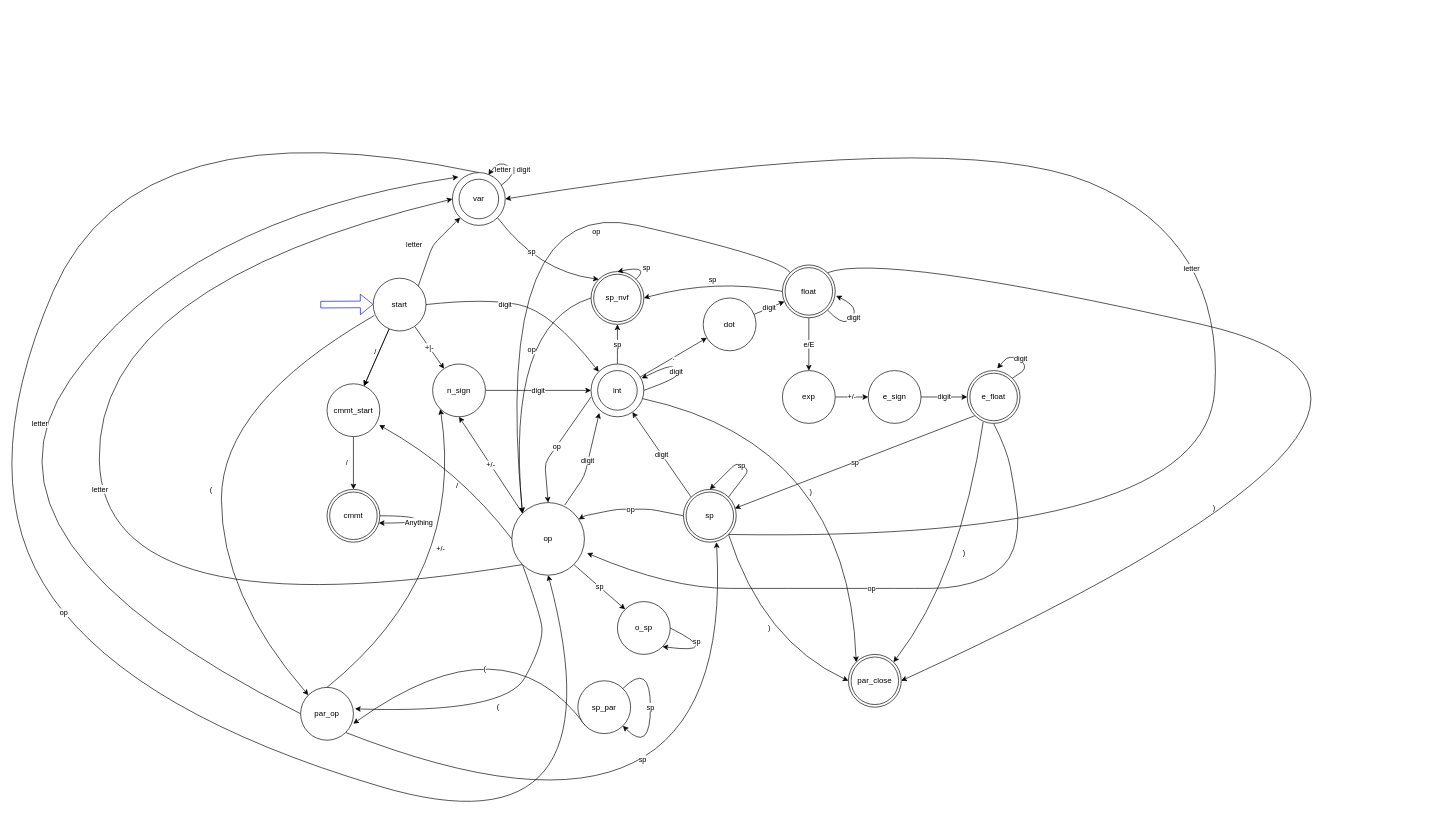
The draw.io diagram actividad_dfa/ejercicio.drawio in Chava27/TC2037_Implementacion_Metodos_Computacionales, before the edit. Source tidied: cells renumbered, new cells numbered last; positions are measured from the earlier drawing's top-left corner, leaving out a move shared by most shapes. Both pictures are drawn from the tidied source at 66%, with x=0, y=0 at pixel (-43, 100).
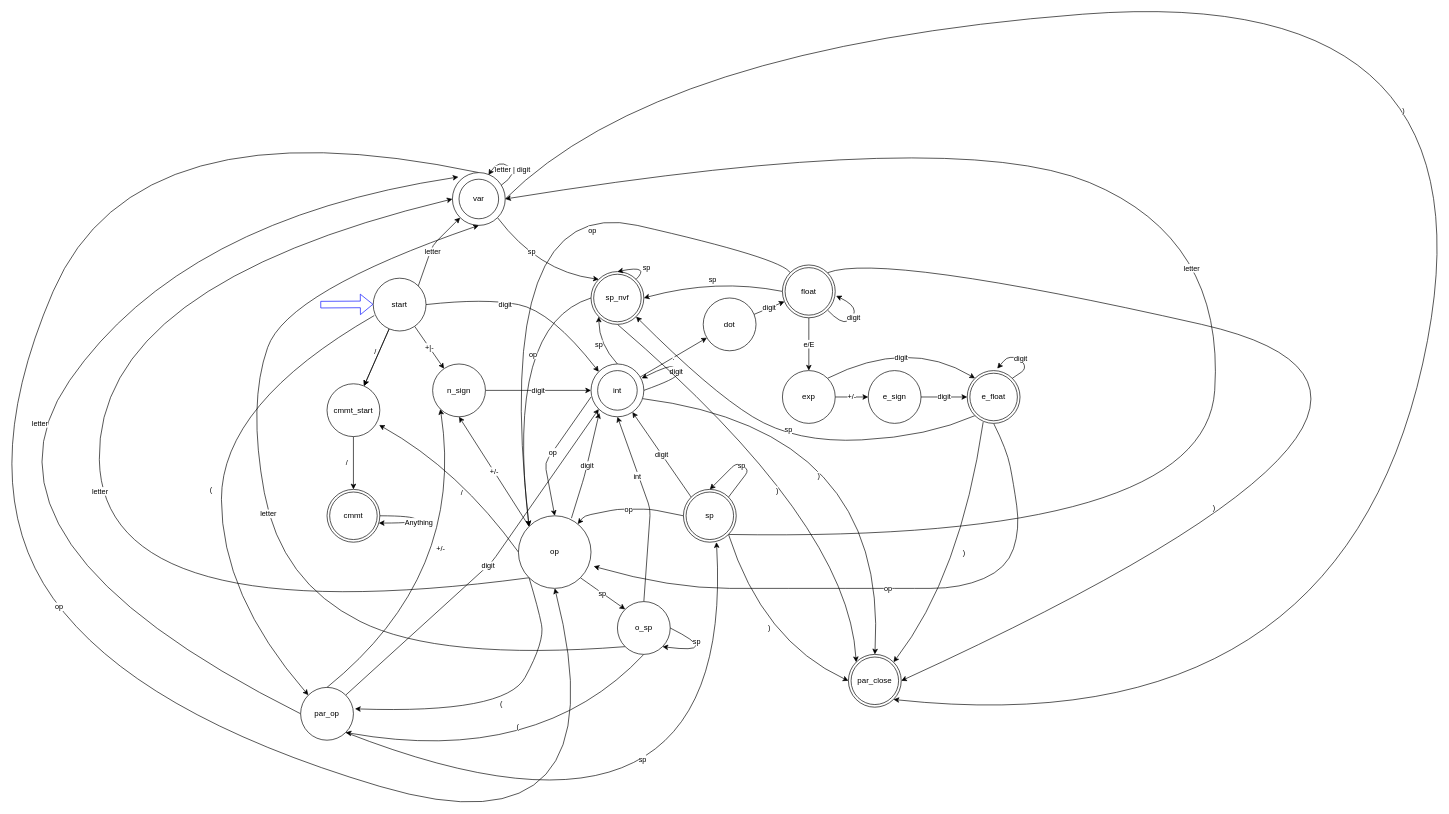
After the change.

Commit message (it also covers changes not shown here):
Co-authored-by: Luisjakg <Luisjakg@users.noreply.github.com>

The change refers to these unchanged cells:
```xml
<mxCell id="6" value="start" style="ellipse;whiteSpace=wrap;html=1;" parent="1" vertex="1">
  <mxGeometry x="630" y="270" width="80" height="80" as="geometry" />
</mxCell>
<mxCell id="9" style="ellipse;whiteSpace=wrap;html=1;" parent="1" vertex="1">
  <mxGeometry x="750" y="110" width="80" height="80" as="geometry" />
</mxCell>
<mxCell id="15" style="ellipse;whiteSpace=wrap;html=1;" parent="1" vertex="1">
  <mxGeometry x="960" y="400" width="80" height="80" as="geometry" />
</mxCell>
<mxCell id="43" value="sp" style="ellipse;shape=doubleEllipse;whiteSpace=wrap;html=1;" parent="1" vertex="1">
  <mxGeometry x="1100" y="590" width="80" height="80" as="geometry" />
</mxCell>
<mxCell id="51" value="exp" style="ellipse;whiteSpace=wrap;html=1;" parent="1" vertex="1">
  <mxGeometry x="1250" y="410" width="80" height="80" as="geometry" />
</mxCell>
<mxCell id="57" value="e_float" style="ellipse;shape=doubleEllipse;whiteSpace=wrap;html=1;" parent="1" vertex="1">
  <mxGeometry x="1530" y="410" width="80" height="80" as="geometry" />
</mxCell>
<mxCell id="62" value="par_op" style="ellipse;whiteSpace=wrap;html=1;" parent="1" vertex="1">
  <mxGeometry x="520" y="890" width="80" height="80" as="geometry" />
</mxCell>
<mxCell id="68" value="par_close" style="ellipse;shape=doubleEllipse;whiteSpace=wrap;html=1;" parent="1" vertex="1">
  <mxGeometry x="1350" y="840" width="80" height="80" as="geometry" />
</mxCell>
<mxCell id="70" value="sp_nvf" style="ellipse;shape=doubleEllipse;whiteSpace=wrap;html=1;" parent="1" vertex="1">
  <mxGeometry x="960" y="260" width="80" height="80" as="geometry" />
</mxCell>
<mxCell id="73" value="o_sp" style="ellipse;whiteSpace=wrap;html=1;" parent="1" vertex="1">
  <mxGeometry x="1000" y="760" width="80" height="80" as="geometry" />
</mxCell>
```

Change to the diagram source:
```diff
@@
     <mxCell id="3" value="letter" style="edgeStyle=none;html=1;exitX=1;exitY=0;exitDx=0;exitDy=0;entryX=0;entryY=1;entryDx=0;entryDy=0;strokeColor=default;" parent="1" edge="1" source="6" target="9">
-      <mxGeometry x="-0.1" y="26" relative="1" as="geometry">
+      <mxGeometry x="-0.1" y="-3" relative="1" as="geometry">
         <Array as="points">
           <mxPoint x="720" y="220" />
         </Array>
-        <mxPoint y="-1" as="offset" />
       </mxGeometry>
     </mxCell>
@@
+    <mxCell id="75" value=")" style="edgeStyle=none;curved=1;html=1;exitX=1;exitY=0.5;exitDx=0;exitDy=0;entryX=1;entryY=1;entryDx=0;entryDy=0;" parent="1" edge="1" source="9" target="68">
+      <mxGeometry x="0.06" y="-112" relative="1" as="geometry">
+        <Array as="points">
+          <mxPoint x="1060" y="-80" />
+          <mxPoint x="2350" y="-180" />
+          <mxPoint x="2090" y="980" />
+        </Array>
+        <mxPoint y="-1" as="offset" />
+      </mxGeometry>
+    </mxCell>
@@
-    <mxCell id="12" style="edgeStyle=none;curved=1;html=1;exitX=0.976;exitY=0.656;exitDx=0;exitDy=0;entryX=0;entryY=0;entryDx=0;entryDy=0;exitPerimeter=0;" parent="1" edge="1" source="15" target="68">
+    <mxCell id="12" style="edgeStyle=none;curved=1;html=1;exitX=0.976;exitY=0.656;exitDx=0;exitDy=0;entryX=0.5;entryY=0;entryDx=0;entryDy=0;exitPerimeter=0;" parent="1" edge="1" source="15" target="68">
       <mxGeometry relative="1" as="geometry">
         <Array as="points">
-          <mxPoint x="1350" y="520" />
+          <mxPoint x="1410" y="500" />
         </Array>
       </mxGeometry>
     </mxCell>
     <mxCell id="13" value=")" style="edgeLabel;html=1;align=center;verticalAlign=middle;" parent="12" vertex="1">
       <mxGeometry x="0.19" y="-71" relative="1" as="geometry">
-        <mxPoint x="11" y="3" as="offset" />
+        <mxPoint x="-32" y="22" as="offset" />
       </mxGeometry>
     </mxCell>
-    <mxCell id="14" value="sp" style="edgeStyle=none;curved=1;html=1;exitX=0.5;exitY=0;exitDx=0;exitDy=0;entryX=0.5;entryY=1;entryDx=0;entryDy=0;strokeColor=default;" parent="1" edge="1" source="15" target="70">
-      <mxGeometry relative="1" as="geometry" />
+    <mxCell id="14" value="sp" style="edgeStyle=none;curved=1;html=1;exitX=0.5;exitY=0;exitDx=0;exitDy=0;entryX=0;entryY=1;entryDx=0;entryDy=0;strokeColor=default;" parent="1" edge="1" source="15" target="70">
+      <mxGeometry relative="1" as="geometry">
+        <Array as="points">
+          <mxPoint x="972" y="370" />
+        </Array>
+      </mxGeometry>
     </mxCell>
@@
     <mxCell id="31" value="op" style="ellipse;whiteSpace=wrap;html=1;" parent="1" vertex="1">
-      <mxGeometry x="840" y="610" width="110" height="110" as="geometry" />
+      <mxGeometry x="850" y="630" width="110" height="110" as="geometry" />
     </mxCell>
@@
+    <mxCell id="76" value="digit" style="edgeStyle=none;curved=1;html=1;exitX=1;exitY=0;exitDx=0;exitDy=0;entryX=0;entryY=0;entryDx=0;entryDy=0;" parent="1" edge="1" source="51" target="57">
+      <mxGeometry x="-0.11" y="-22" relative="1" as="geometry">
+        <Array as="points">
+          <mxPoint x="1440" y="360" />
+        </Array>
+      </mxGeometry>
+    </mxCell>
@@
-    <mxCell id="54" value="sp" style="edgeStyle=none;html=1;exitX=0;exitY=1;exitDx=0;exitDy=0;entryX=0.973;entryY=0.36;entryDx=0;entryDy=0;entryPerimeter=0;" parent="1" edge="1" source="57" target="43">
-      <mxGeometry relative="1" as="geometry" />
+    <mxCell id="54" value="sp" style="edgeStyle=none;html=1;exitX=0;exitY=1;exitDx=0;exitDy=0;entryX=1;entryY=1;entryDx=0;entryDy=0;curved=1;" parent="1" edge="1" source="57" target="70">
+      <mxGeometry x="0.01" y="-12" relative="1" as="geometry">
+        <Array as="points">
+          <mxPoint x="1470" y="510" />
+          <mxPoint x="1270" y="520" />
+          <mxPoint x="1140" y="440" />
+        </Array>
+        <mxPoint x="-1" as="offset" />
+      </mxGeometry>
     </mxCell>
     <mxCell id="55" value="op" style="edgeStyle=none;html=1;exitX=0.5;exitY=1;exitDx=0;exitDy=0;entryX=1.037;entryY=0.696;entryDx=0;entryDy=0;entryPerimeter=0;curved=1;" parent="1" edge="1" source="57" target="31">
-      <mxGeometry relative="1" as="geometry">
+      <mxGeometry x="-0.04" relative="1" as="geometry">
         <Array as="points">
           <mxPoint x="1590" y="530" />
           <mxPoint x="1600" y="580" />
           <mxPoint x="1610" y="650" />
           <mxPoint x="1590" y="710" />
           <mxPoint x="1520" y="740" />
           <mxPoint x="1430" y="740" />
           <mxPoint x="1260" y="740" />
           <mxPoint x="1080" y="740" />
         </Array>
       </mxGeometry>
     </mxCell>
@@
+    <mxCell id="77" value="digit" style="edgeStyle=none;html=1;exitX=1;exitY=0;exitDx=0;exitDy=0;entryX=0;entryY=1;entryDx=0;entryDy=0;" parent="1" edge="1" source="62" target="15">
+      <mxGeometry relative="1" as="geometry">
+        <Array as="points">
+          <mxPoint x="810" y="700" />
+        </Array>
+      </mxGeometry>
+    </mxCell>
@@
-    <mxCell id="65" value="(" style="edgeStyle=none;curved=1;html=1;exitX=0;exitY=1;exitDx=0;exitDy=0;entryX=0.998;entryY=0.688;entryDx=0;entryDy=0;entryPerimeter=0;" parent="1" edge="1" source="66" target="62">
-      <mxGeometry x="0.14" y="48" relative="1" as="geometry">
-        <Array as="points">
-          <mxPoint x="830" y="780" />
-        </Array>
-      </mxGeometry>
-    </mxCell>
-    <mxCell id="66" value="sp_par" style="ellipse;whiteSpace=wrap;html=1;" parent="1" vertex="1">
-      <mxGeometry x="940" y="880" width="80" height="80" as="geometry" />
-    </mxCell>
-    <mxCell id="67" value="sp" style="edgeStyle=none;curved=1;html=1;exitX=1;exitY=0;exitDx=0;exitDy=0;" parent="1" edge="1" source="66" target="66">
-      <mxGeometry relative="1" as="geometry">
-        <Array as="points">
-          <mxPoint x="1050" y="850" />
-        </Array>
-      </mxGeometry>
-    </mxCell>
@@
+    <mxCell id="78" value=")" style="edgeStyle=none;curved=1;html=1;exitX=0.5;exitY=1;exitDx=0;exitDy=0;entryX=0;entryY=0;entryDx=0;entryDy=0;" parent="1" edge="1" source="70" target="68">
+      <mxGeometry x="0.03" y="-34" relative="1" as="geometry">
+        <Array as="points">
+          <mxPoint x="1350" y="640" />
+        </Array>
+        <mxPoint x="1" as="offset" />
+      </mxGeometry>
+    </mxCell>
@@
+    <mxCell id="79" value="int" style="edgeStyle=none;html=1;exitX=0.5;exitY=0;exitDx=0;exitDy=0;entryX=0.5;entryY=1;entryDx=0;entryDy=0;" parent="1" edge="1" source="73" target="15">
+      <mxGeometry x="0.34" y="2" relative="1" as="geometry">
+        <Array as="points">
+          <mxPoint x="1050" y="620" />
+        </Array>
+      </mxGeometry>
+    </mxCell>
+    <mxCell id="80" value="letter" style="edgeStyle=none;html=1;exitX=0;exitY=1;exitDx=0;exitDy=0;entryX=0.5;entryY=1;entryDx=0;entryDy=0;curved=1;" parent="1" edge="1" source="73" target="9">
+      <mxGeometry relative="1" as="geometry">
+        <Array as="points">
+          <mxPoint x="730" y="850" />
+          <mxPoint x="490" y="730" />
+          <mxPoint x="440" y="460" />
+          <mxPoint x="500" y="290" />
+        </Array>
+      </mxGeometry>
+    </mxCell>
+    <mxCell id="65" value="(" style="edgeStyle=none;curved=1;html=1;exitX=0.5;exitY=1;exitDx=0;exitDy=0;entryX=1;entryY=1;entryDx=0;entryDy=0;" parent="1" edge="1" source="73" target="62">
+      <mxGeometry x="0.03" y="-54" relative="1" as="geometry">
+        <Array as="points">
+          <mxPoint x="880" y="1010" />
+        </Array>
+        <mxPoint x="-1" as="offset" />
+      </mxGeometry>
+    </mxCell>
```
